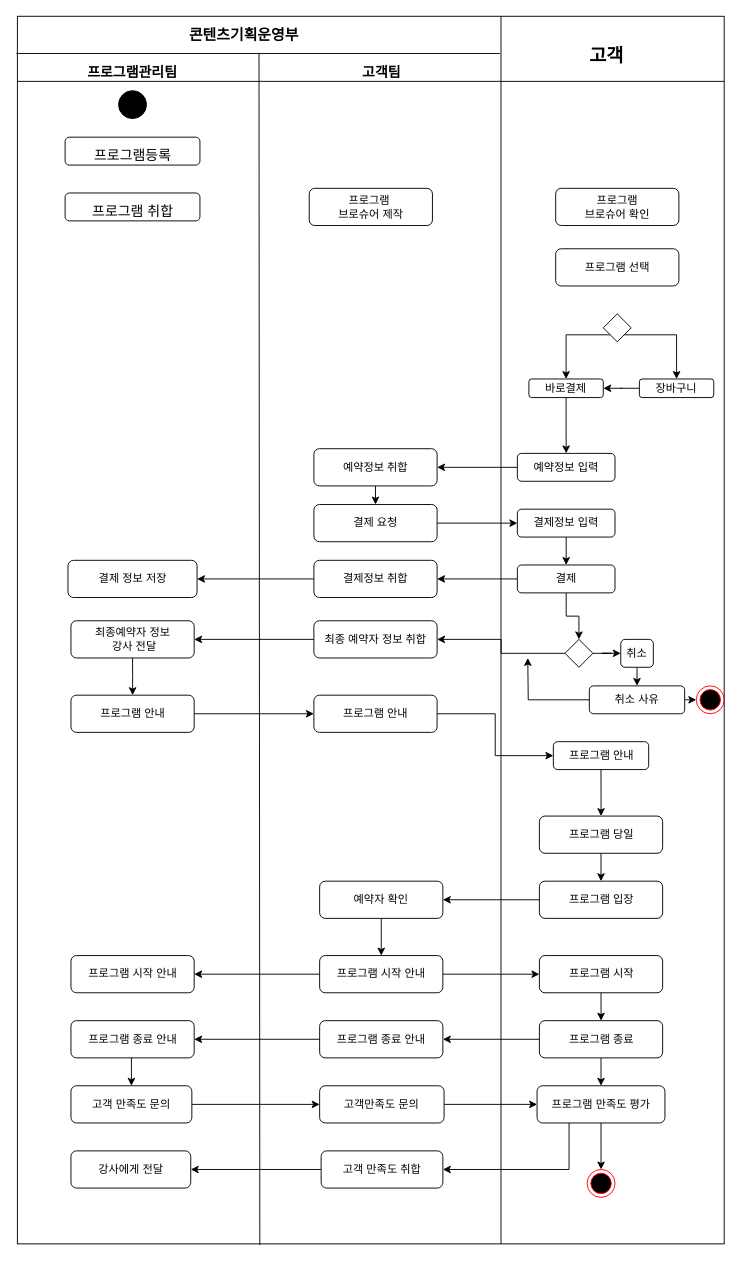
This is page "uml체험-고객" (3 of 5) of 제목 없는 다이어그램.drawio from ys-choi1203/tttTest, a draw.io file, before an edit. Source tidied: cells renumbered, new cells numbered last; positions are measured from the earlier drawing's top-left corner, leaving out a move shared by most shapes. Both pictures are drawn from the tidied source at 93%, with x=0, y=0 at pixel (16, 16).
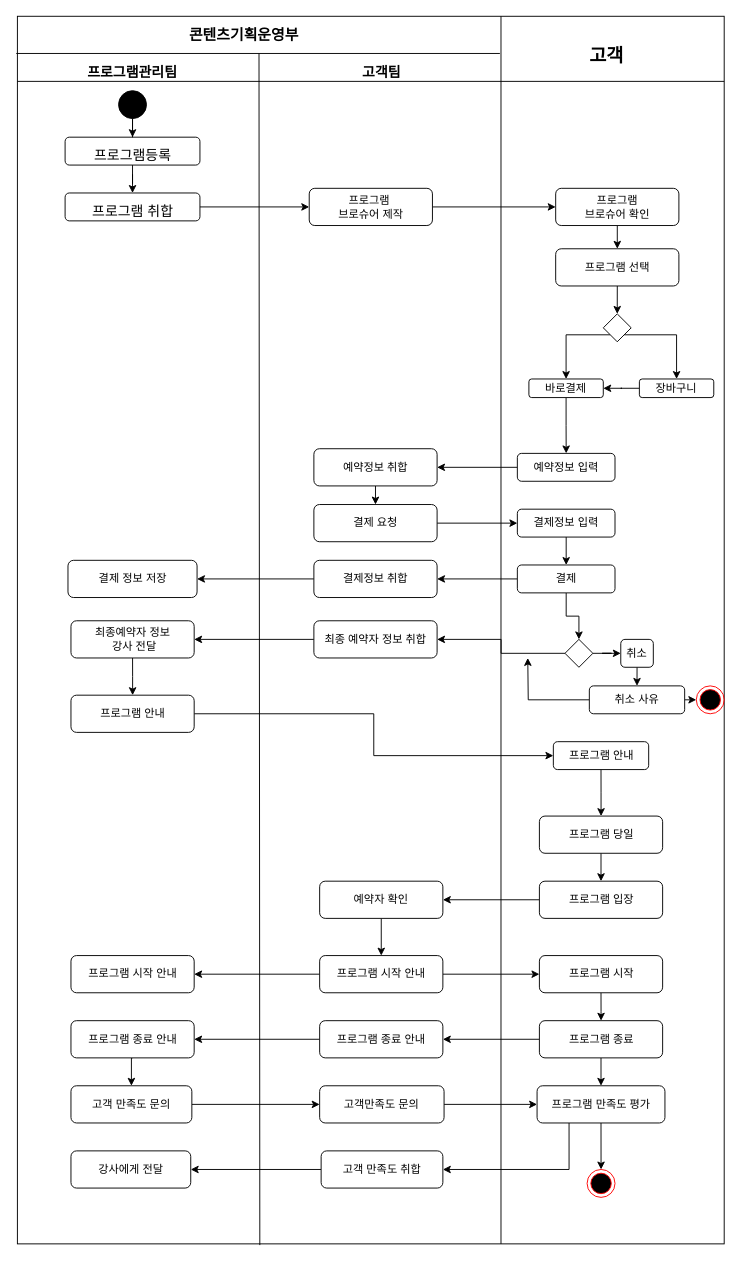
After the change.

The change refers to these unchanged cells:
```xml
<mxCell id="9" style="ellipse;whiteSpace=wrap;html=1;strokeColor=#000000;fontSize=25;labelBackgroundColor=#FFFFFF;fillColor=#000000;" parent="1" vertex="1">
  <mxGeometry x="110" y="80" width="30" height="30" as="geometry" />
</mxCell>
<mxCell id="10" value="&lt;font style=&quot;font-size: 15px&quot;&gt;프로그램등록&lt;/font&gt;" style="rounded=1;whiteSpace=wrap;html=1;labelBackgroundColor=none;strokeColor=#000000;fontSize=25;fillColor=none;" parent="1" vertex="1">
  <mxGeometry x="52.5" y="130" width="145" height="30" as="geometry" />
</mxCell>
<mxCell id="11" value="&lt;font style=&quot;font-size: 15px&quot;&gt;프로그램 취합&lt;/font&gt;" style="rounded=1;whiteSpace=wrap;html=1;labelBackgroundColor=none;strokeColor=#000000;fontSize=25;fillColor=none;" parent="1" vertex="1">
  <mxGeometry x="52.5" y="190" width="145" height="30" as="geometry" />
</mxCell>
<mxCell id="12" value="프로그램&amp;nbsp;&lt;br&gt;브로슈어 제작" style="rounded=1;whiteSpace=wrap;html=1;" parent="1" vertex="1">
  <mxGeometry x="315" y="185" width="132.5" height="40" as="geometry" />
</mxCell>
<mxCell id="13" value="프로그램&lt;br&gt;브로슈어 확인" style="rounded=1;whiteSpace=wrap;html=1;" parent="1" vertex="1">
  <mxGeometry x="580" y="185" width="132.5" height="40" as="geometry" />
</mxCell>
<mxCell id="14" value="프로그램 선택" style="rounded=1;whiteSpace=wrap;html=1;" parent="1" vertex="1">
  <mxGeometry x="580" y="250" width="132.5" height="40" as="geometry" />
</mxCell>
<mxCell id="21" style="rhombus;whiteSpace=wrap;html=1;" parent="1" vertex="1">
  <mxGeometry x="631.2" y="320" width="30" height="30" as="geometry" />
</mxCell>
<mxCell id="40" value="프로그램 안내" style="rounded=1;whiteSpace=wrap;html=1;" parent="1" vertex="1">
  <mxGeometry x="58.8" y="730" width="132.5" height="40" as="geometry" />
</mxCell>
<mxCell id="50" value="프로그램 안내" style="rounded=1;whiteSpace=wrap;html=1;" parent="1" vertex="1">
  <mxGeometry x="577.5" y="780" width="102.5" height="30" as="geometry" />
</mxCell>
```

What changed in the source:
```diff
@@
+    <mxCell id="85" style="edgeStyle=orthogonalEdgeStyle;rounded=0;jettySize=auto;html=1;exitX=0.5;exitY=1;exitDx=0;exitDy=0;" parent="1" edge="1" source="9" target="10">
+      <mxGeometry relative="1" as="geometry" />
+    </mxCell>
@@
+    <mxCell id="86" style="edgeStyle=orthogonalEdgeStyle;rounded=0;jettySize=auto;html=1;exitX=0.5;exitY=1;exitDx=0;exitDy=0;" parent="1" edge="1" source="10" target="11">
+      <mxGeometry relative="1" as="geometry" />
+    </mxCell>
@@
+    <mxCell id="87" style="edgeStyle=orthogonalEdgeStyle;rounded=0;jettySize=auto;html=1;exitX=1;exitY=0.5;exitDx=0;exitDy=0;" parent="1" edge="1" source="11" target="12">
+      <mxGeometry relative="1" as="geometry" />
+    </mxCell>
@@
+    <mxCell id="88" style="edgeStyle=orthogonalEdgeStyle;rounded=0;jettySize=auto;html=1;exitX=1;exitY=0.5;exitDx=0;exitDy=0;" parent="1" edge="1" source="12" target="13">
+      <mxGeometry relative="1" as="geometry" />
+    </mxCell>
@@
+    <mxCell id="89" style="edgeStyle=orthogonalEdgeStyle;rounded=0;jettySize=auto;html=1;exitX=0.5;exitY=1;exitDx=0;exitDy=0;entryX=0.5;entryY=0;entryDx=0;entryDy=0;" parent="1" edge="1" source="13" target="14">
+      <mxGeometry relative="1" as="geometry" />
+    </mxCell>
@@
+    <mxCell id="90" style="edgeStyle=orthogonalEdgeStyle;rounded=0;jettySize=auto;html=1;exitX=0.5;exitY=1;exitDx=0;exitDy=0;entryX=0.5;entryY=0;entryDx=0;entryDy=0;" parent="1" edge="1" source="14" target="21">
+      <mxGeometry relative="1" as="geometry" />
+    </mxCell>
@@
-    <mxCell id="39" style="edgeStyle=orthogonalEdgeStyle;rounded=0;jettySize=auto;html=1;exitX=1;exitY=0.5;exitDx=0;exitDy=0;entryX=0;entryY=0.5;entryDx=0;entryDy=0;" parent="1" edge="1" source="40" target="42">
-      <mxGeometry relative="1" as="geometry" />
-    </mxCell>
+    <mxCell id="91" style="edgeStyle=orthogonalEdgeStyle;rounded=0;jettySize=auto;html=1;exitX=1;exitY=0.5;exitDx=0;exitDy=0;entryX=0;entryY=0.5;entryDx=0;entryDy=0;" parent="1" edge="1" source="40" target="50">
+      <mxGeometry relative="1" as="geometry" />
+    </mxCell>
@@
-    <mxCell id="41" style="edgeStyle=orthogonalEdgeStyle;rounded=0;jettySize=auto;html=1;exitX=1;exitY=0.5;exitDx=0;exitDy=0;entryX=0;entryY=0.5;entryDx=0;entryDy=0;" parent="1" edge="1" source="42" target="50">
-      <mxGeometry relative="1" as="geometry" />
-    </mxCell>
-    <mxCell id="42" value="프로그램 안내" style="rounded=1;whiteSpace=wrap;html=1;" parent="1" vertex="1">
-      <mxGeometry x="320" y="730" width="132.5" height="40" as="geometry" />
-    </mxCell>
```
